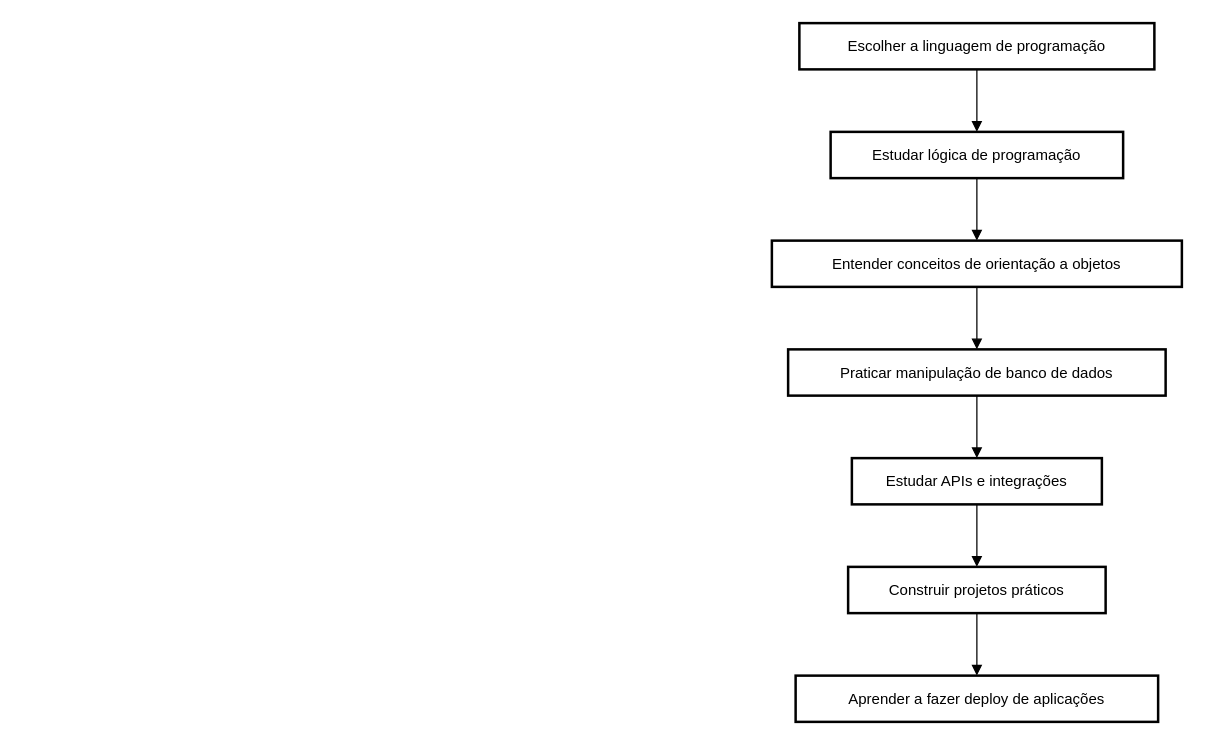
yzzyrlk/exerc_css keeps this draw.io diagram as Diagrama sem nome.drawio. Above is the earlier version. Source tidied: cells renumbered, new cells numbered last; positions are measured from the earlier drawing's top-left corner, leaving out a move shared by most shapes. Both pictures are drawn from the tidied source at 125%, with x=0, y=0 at pixel (771, 22).
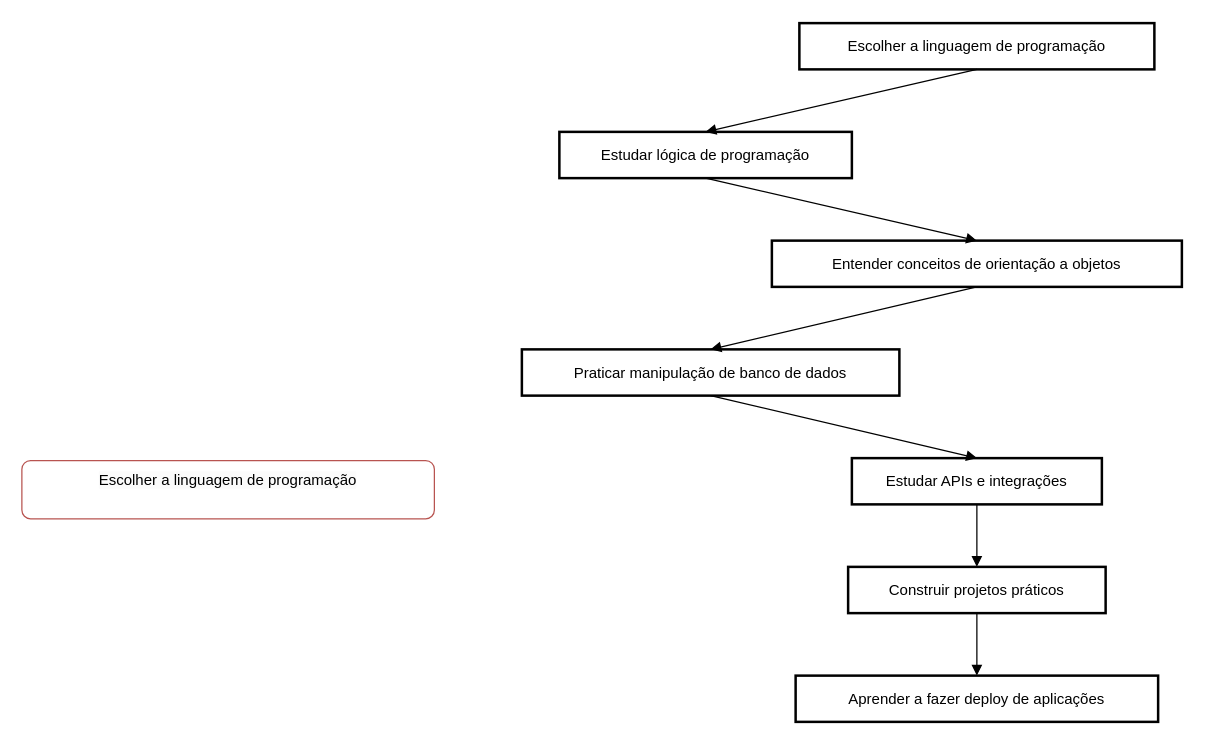
The same diagram, later.

Change to the diagram source:
```diff
@@
 <mxGraphModel>
   <root>
     <mxCell id="0" />
     <mxCell id="1" parent="0" />
     <mxCell id="2" value="Escolher a linguagem de programação" style="whiteSpace=wrap;strokeWidth=2;" parent="1" vertex="1">
       <mxGeometry x="22" width="284" height="37" as="geometry" />
     </mxCell>
     <mxCell id="3" value="Estudar lógica de programação" style="whiteSpace=wrap;strokeWidth=2;" parent="1" vertex="1">
-      <mxGeometry x="47" y="87" width="234" height="37" as="geometry" />
+      <mxGeometry x="-170" y="87" width="234" height="37" as="geometry" />
     </mxCell>
     <mxCell id="4" value="Entender conceitos de orientação a objetos" style="whiteSpace=wrap;strokeWidth=2;" parent="1" vertex="1">
       <mxGeometry y="174" width="328" height="37" as="geometry" />
     </mxCell>
     <mxCell id="5" value="Praticar manipulação de banco de dados" style="whiteSpace=wrap;strokeWidth=2;" parent="1" vertex="1">
-      <mxGeometry x="13" y="261" width="302" height="37" as="geometry" />
+      <mxGeometry x="-200" y="261" width="302" height="37" as="geometry" />
     </mxCell>
     <mxCell id="6" value="Estudar APIs e integrações" style="whiteSpace=wrap;strokeWidth=2;" parent="1" vertex="1">
       <mxGeometry x="64" y="348" width="200" height="37" as="geometry" />
     </mxCell>
     <mxCell id="7" value="Construir projetos práticos" style="whiteSpace=wrap;strokeWidth=2;" parent="1" vertex="1">
       <mxGeometry x="61" y="435" width="206" height="37" as="geometry" />
     </mxCell>
     <mxCell id="8" value="Aprender a fazer deploy de aplicações" style="whiteSpace=wrap;strokeWidth=2;" parent="1" vertex="1">
       <mxGeometry x="19" y="522" width="290" height="37" as="geometry" />
     </mxCell>
     <mxCell id="9" style="curved=1;startArrow=none;endArrow=block;exitX=0.5;exitY=1;entryX=0.5;entryY=0;" parent="1" edge="1" source="2" target="3">
       <mxGeometry relative="1" as="geometry" />
     </mxCell>
     <mxCell id="10" style="curved=1;startArrow=none;endArrow=block;exitX=0.5;exitY=1;entryX=0.5;entryY=0;" parent="1" edge="1" source="3" target="4">
       <mxGeometry relative="1" as="geometry" />
     </mxCell>
     <mxCell id="11" style="curved=1;startArrow=none;endArrow=block;exitX=0.5;exitY=1;entryX=0.5;entryY=0;" parent="1" edge="1" source="4" target="5">
       <mxGeometry relative="1" as="geometry" />
     </mxCell>
     <mxCell id="12" style="curved=1;startArrow=none;endArrow=block;exitX=0.5;exitY=1;entryX=0.5;entryY=0;" parent="1" edge="1" source="5" target="6">
       <mxGeometry relative="1" as="geometry" />
     </mxCell>
     <mxCell id="13" style="curved=1;startArrow=none;endArrow=block;exitX=0.5;exitY=1;entryX=0.5;entryY=0;" parent="1" edge="1" source="6" target="7">
       <mxGeometry relative="1" as="geometry" />
     </mxCell>
     <mxCell id="14" style="curved=1;startArrow=none;endArrow=block;exitX=0.5;exitY=1;entryX=0.5;entryY=0;" parent="1" edge="1" source="7" target="8">
       <mxGeometry relative="1" as="geometry" />
     </mxCell>
+    <mxCell id="15" value="&#10;&lt;span style=&quot;color: rgb(0, 0, 0); font-family: Helvetica; font-size: 12px; font-style: normal; font-variant-ligatures: normal; font-variant-caps: normal; font-weight: 400; letter-spacing: normal; orphans: 2; text-align: center; text-indent: 0px; text-transform: none; widows: 2; word-spacing: 0px; -webkit-text-stroke-width: 0px; white-space: normal; background-color: rgb(251, 251, 251); text-decoration-thickness: initial; text-decoration-style: initial; text-decoration-color: initial; display: inline !important; float: none;&quot;&gt;Escolher a linguagem de programação&lt;/span&gt;&#10;&#10;" style="rounded=1;whiteSpace=wrap;html=1;fillColor=default;strokeColor=#b85450;" parent="1" vertex="1">
+      <mxGeometry x="-600" y="350" width="330" height="46.5" as="geometry" />
+    </mxCell>
   </root>
 </mxGraphModel>
```
